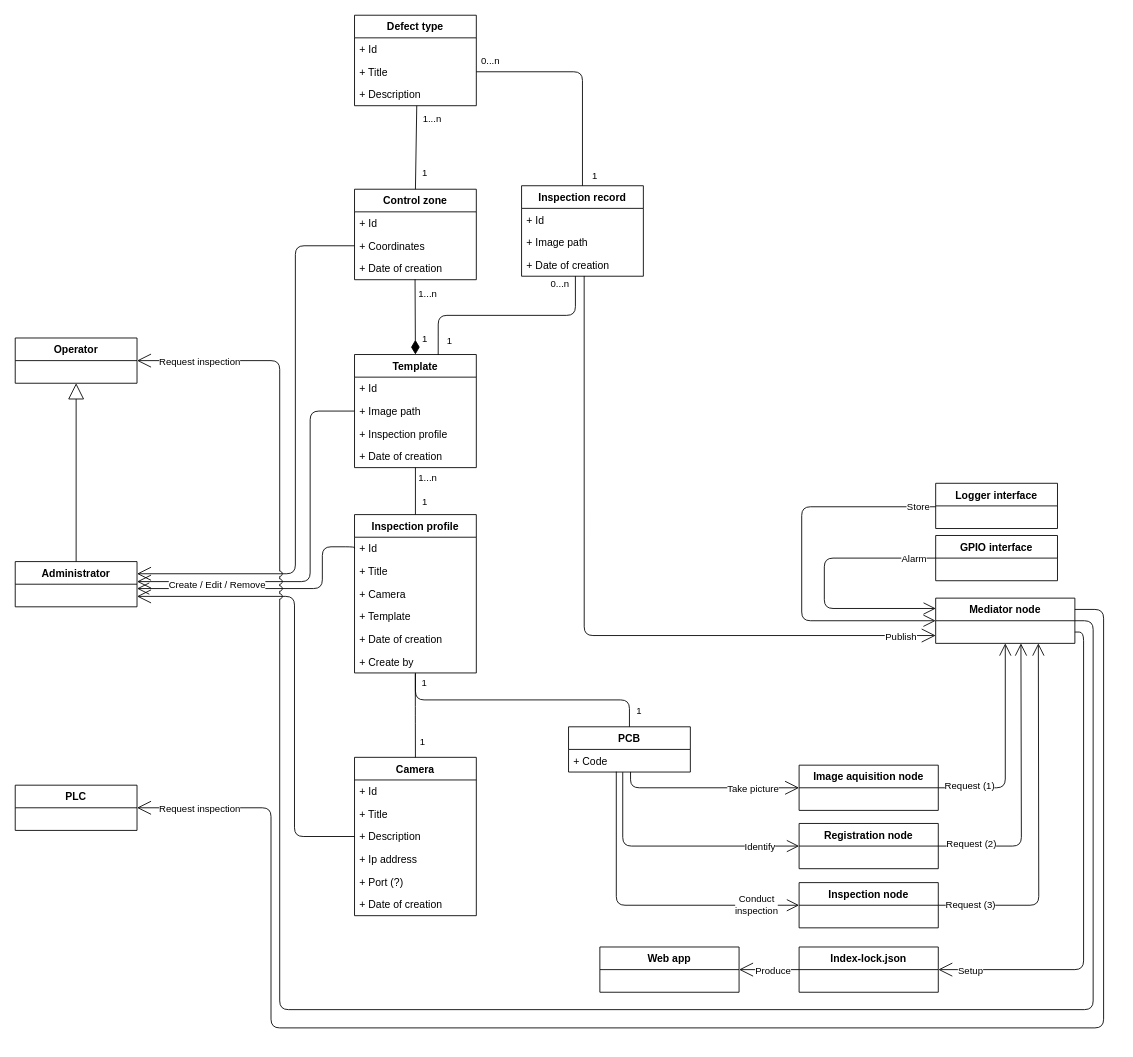
The draw.io diagram page "Domain model" (4 of 6) of design.drawio in ChrnyaevEK/open-aoi, before the edit. Source tidied: cells renumbered, new cells numbered last; positions are measured from the earlier drawing's top-left corner, leaving out a move shared by most shapes. Both pictures are drawn from the tidied source at 87%, with x=0, y=0 at pixel (15, 15).
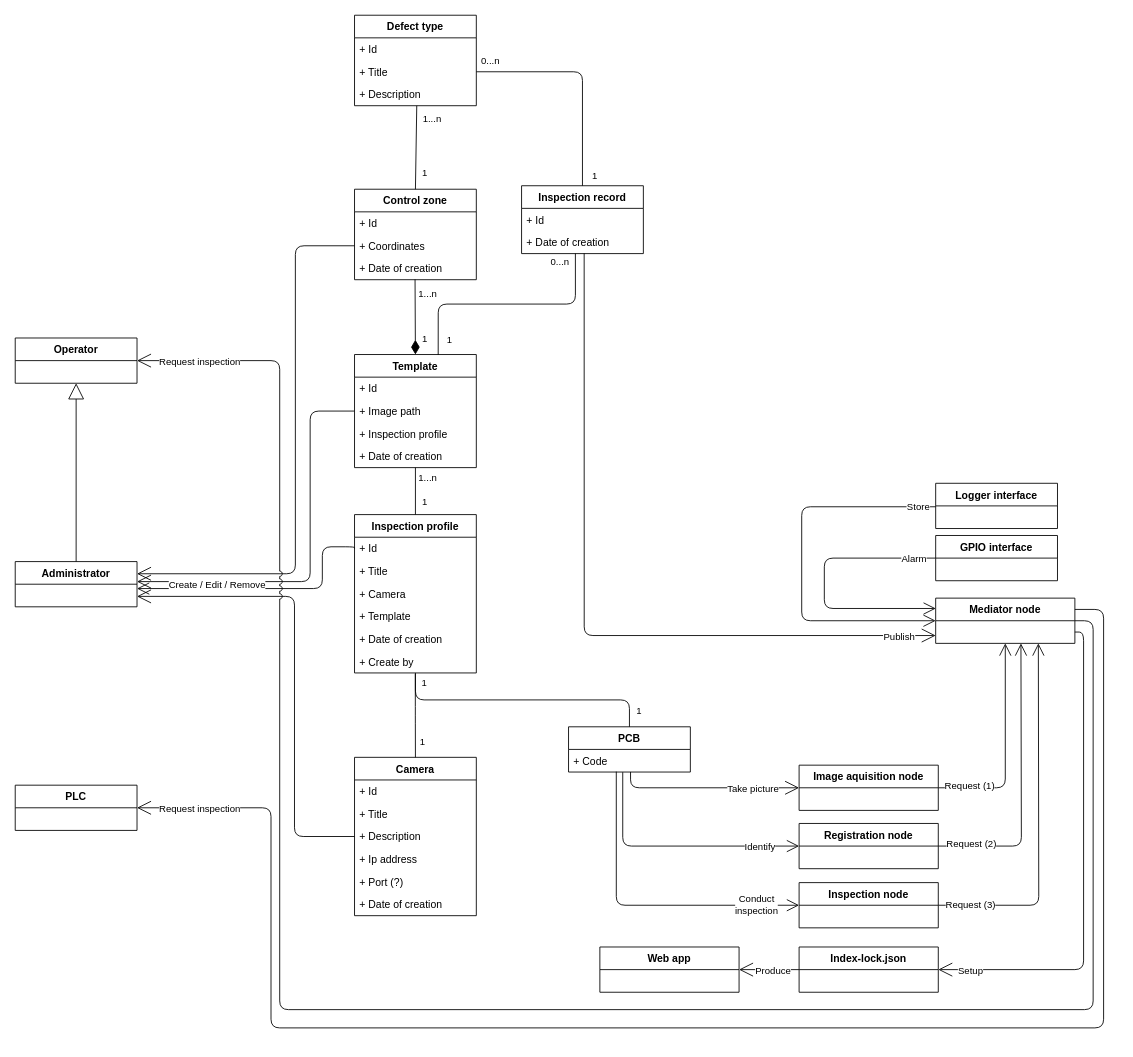
The same page after the edit.

Diff of the diagram source:
```diff
@@
     <mxCell id="49" value="Inspection record" style="swimlane;fontStyle=1;horizontal=1;startSize=26;fillColor=none;" parent="1" vertex="1">
-      <mxGeometry x="582" y="196" width="140" height="104" as="geometry" />
+      <mxGeometry x="582" y="196" width="140" height="78" as="geometry" />
     </mxCell>
@@
-    <mxCell id="51" value="+ Image path" style="text;strokeColor=none;fillColor=none;align=left;verticalAlign=top;spacingLeft=4;spacingRight=4;overflow=hidden;" parent="49" vertex="1">
-      <mxGeometry y="52" width="140" height="26" as="geometry" />
-    </mxCell>
     <mxCell id="52" value="+ Date of creation" style="text;strokeColor=none;fillColor=none;align=left;verticalAlign=top;spacingLeft=4;spacingRight=4;overflow=hidden;points=[[0,0.5],[1,0.5]];portConstraint=eastwest;" parent="49" vertex="1">
-      <mxGeometry y="78" width="140" height="26" as="geometry" />
+      <mxGeometry y="52" width="140" height="26" as="geometry" />
     </mxCell>
```
